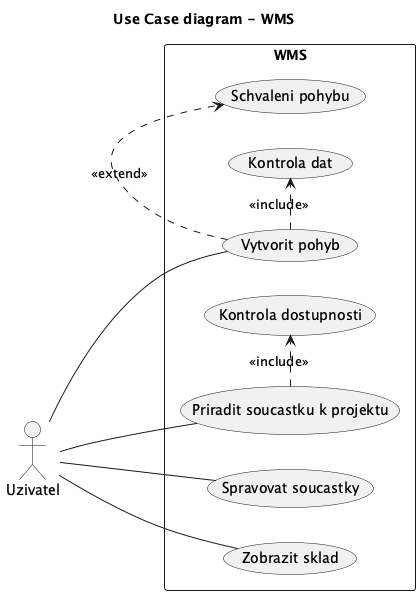
Above: docs/images/11_use_case.png in lkvapil/wms-elektronicke-soucastky (PlantUML), before the change.
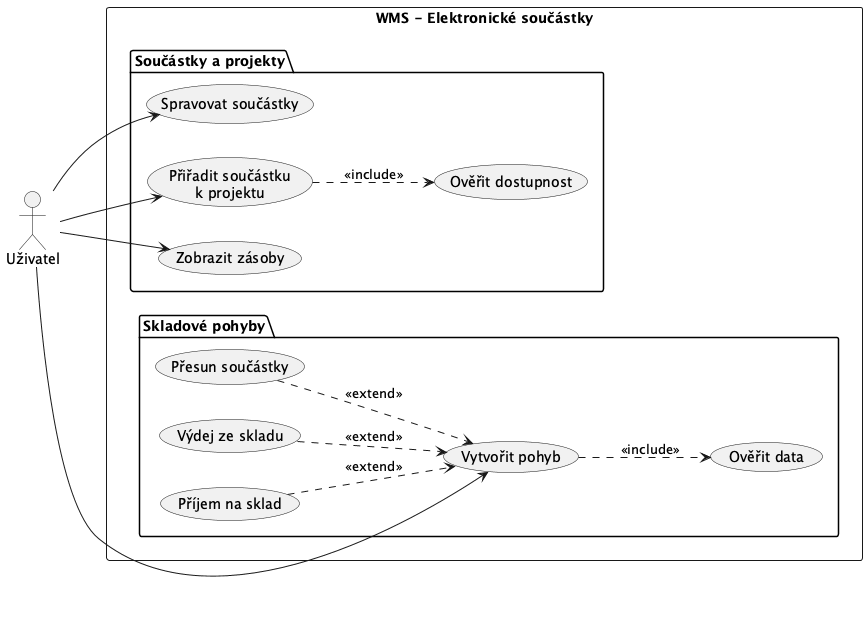
After the commit.

Commit message:
Use Case diagram – přepis 11_use_case, konzistence s class diagramem

What changed in the source:
```diff
@@ -1,20 +1,37 @@
 @startuml
 left to right direction
-title Use Case diagram - WMS
 
-actor Uzivatel
+actor "Uživatel" as Uzivatel
 
-rectangle WMS {
+rectangle "WMS - Elektronické součástky" {
 
-  Uzivatel -- (Vytvorit pohyb)
-  Uzivatel -- (Spravovat soucastky)
-  Uzivatel -- (Priradit soucastku k projektu)
-  Uzivatel -- (Zobrazit sklad)
+  package "Skladové pohyby" {
+    usecase "Vytvořit pohyb" as UC_POHYB
+    usecase "Ověřit data" as UC_OVERIT
+    usecase "Příjem na sklad" as UC_PRIJEM
+    usecase "Výdej ze skladu" as UC_VYDEJ
+    usecase "Přesun součástky" as UC_PRESUN
+  }
 
-  (Vytvorit pohyb) .> (Kontrola dat) : <<include>>
-  (Priradit soucastku k projektu) .> (Kontrola dostupnosti) : <<include>>
-  (Vytvorit pohyb) .> (Schvaleni pohybu) : <<extend>>
+  package "Součástky a projekty" {
+    usecase "Spravovat součástky" as UC_SOUCASTKY
+    usecase "Přiřadit součástku\nk projektu" as UC_PRIRADIT
+    usecase "Ověřit dostupnost" as UC_DOSTUPNOST
+    usecase "Zobrazit zásoby" as UC_ZASOBY
+  }
 
 }
 
+Uzivatel --> UC_POHYB
+Uzivatel --> UC_SOUCASTKY
+Uzivatel --> UC_PRIRADIT
+Uzivatel --> UC_ZASOBY
+
+UC_POHYB ..> UC_OVERIT : <<include>>
+UC_PRIJEM ..> UC_POHYB : <<extend>>
+UC_VYDEJ  ..> UC_POHYB : <<extend>>
+UC_PRESUN ..> UC_POHYB : <<extend>>
+
+UC_PRIRADIT ..> UC_DOSTUPNOST : <<include>>
+
 @enduml
```
